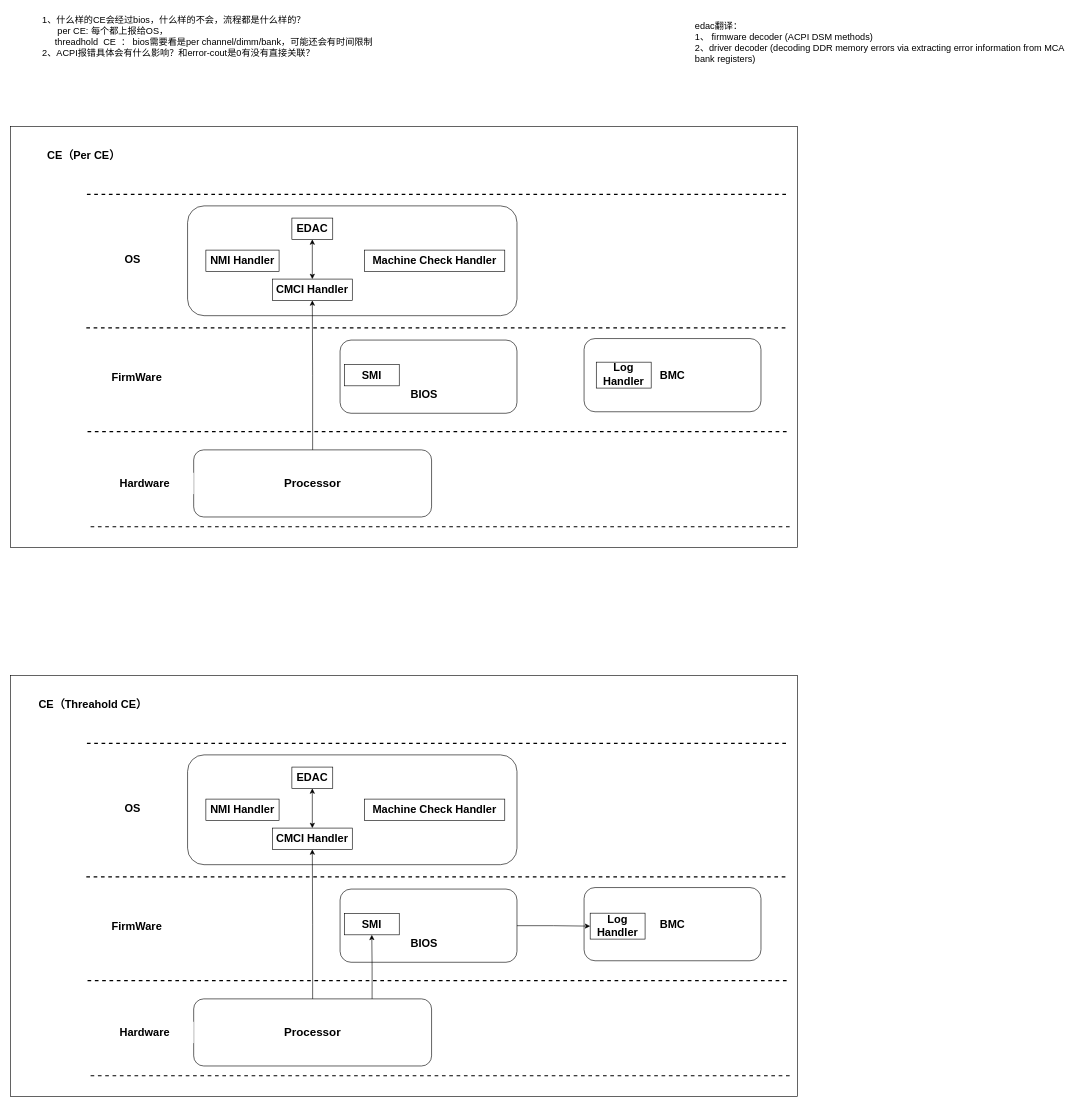
Above: ras.drawio in wbzzx-bb/wb-linux (draw.io), before the change. Source tidied: cells renumbered, new cells numbered last; positions are measured from the earlier drawing's top-left corner, leaving out a move shared by most shapes. Both pictures are drawn from the tidied source at 61%, with x=0, y=0 at pixel (10, 10).
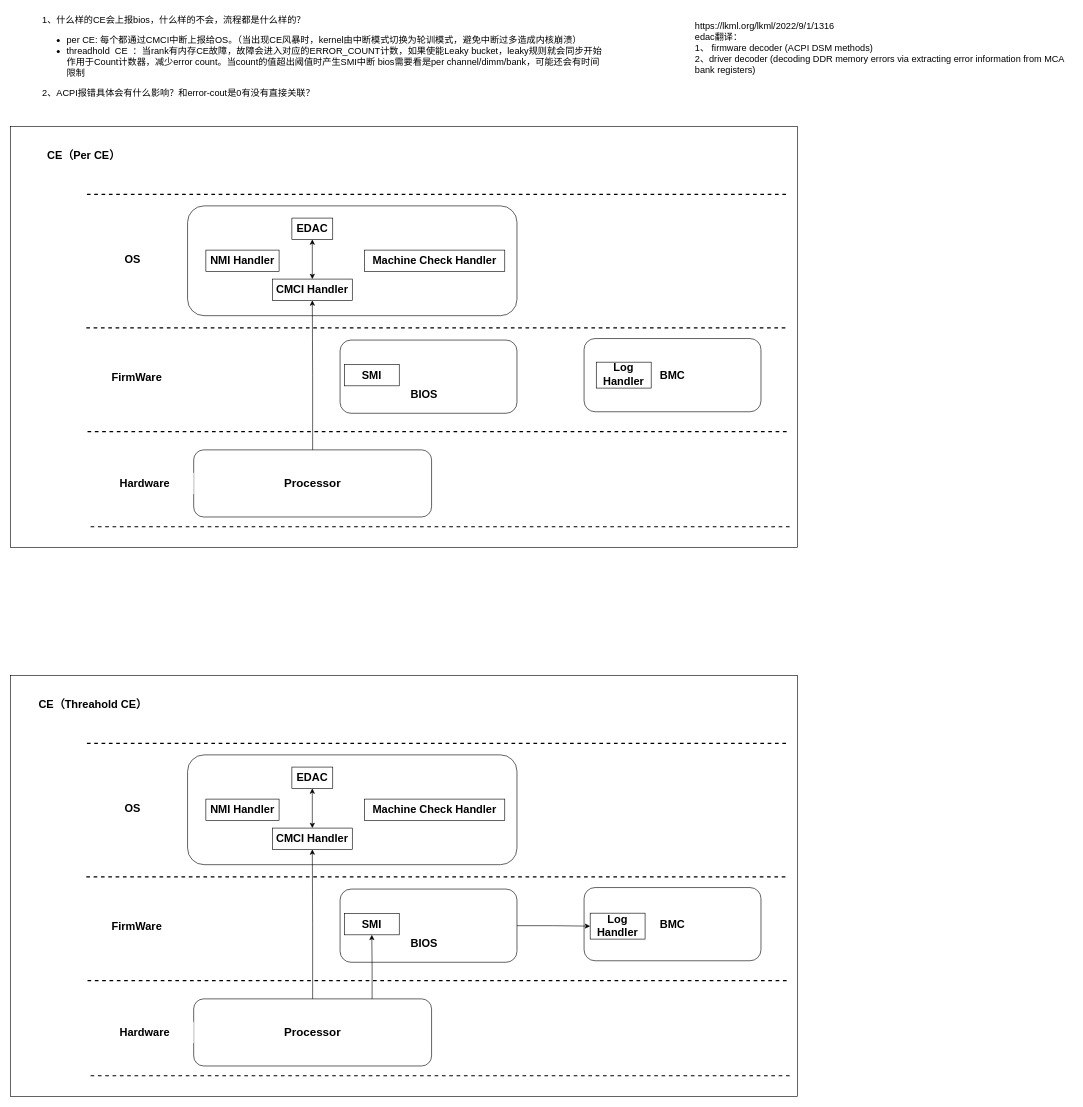
After the change.

Change to the diagram source:
```diff
@@
-    <mxCell id="4" value="1、什么样的CE会经过bios，什么样的不会，流程都是什么样的？&lt;div&gt;&amp;nbsp; &amp;nbsp; &amp;nbsp; per CE: 每个都上报给OS，&lt;/div&gt;&lt;div&gt;&amp;nbsp; &amp;nbsp; &amp;nbsp;threadhold&amp;nbsp; CE&amp;nbsp; ： bios需要看是per channel/dimm/bank，可能还会有时间限制&lt;br&gt;&lt;div&gt;2、ACPI报错具体会有什么影响？和error-cout是0有没有直接关联？&lt;/div&gt;&lt;/div&gt;" style="text;html=1;align=left;verticalAlign=top;whiteSpace=wrap;rounded=0;fontSize=15;" parent="1" vertex="1">
-      <mxGeometry x="50" width="620" height="120" as="geometry" />
+    <mxCell id="4" value="1、什么样的CE会上报bios，什么样的不会，流程都是什么样的？&lt;div&gt;&lt;ul&gt;&lt;li&gt;per CE: 每个都通过CMCI中断上报给OS。（当出现CE风暴时，kernel由中断模式切换为轮训模式，避免中断过多造成内核崩溃）&lt;/li&gt;&lt;li&gt;threadhold&amp;nbsp; CE&amp;nbsp; ：当rank有内存CE故障，故障会进入对应的ERROR_COUNT计数，如果使能Leaky bucket，leaky规则就会同步开始作用于Count计数器，减少error count。当count的值超出阈值时产生SMI中断 bios需要看是per channel/dimm/bank，可能还会有时间限制&lt;/li&gt;&lt;/ul&gt;&lt;/div&gt;&lt;div&gt;&lt;div&gt;2、ACPI报错具体会有什么影响？和error-cout是0有没有直接关联？&lt;/div&gt;&lt;/div&gt;" style="text;html=1;align=left;verticalAlign=top;whiteSpace=wrap;rounded=0;fontSize=15;" parent="1" vertex="1">
+      <mxGeometry x="50" width="930" height="120" as="geometry" />
     </mxCell>
@@
-    <mxCell id="14" value="edac翻译：&lt;div&gt;1、&lt;span style=&quot;background-color: transparent; color: light-dark(rgb(0, 0, 0), rgb(255, 255, 255));&quot;&gt; firmware decoder (ACPI DSM methods)&lt;/span&gt;&lt;/div&gt;&lt;div&gt;&lt;span style=&quot;background-color: transparent; color: light-dark(rgb(0, 0, 0), rgb(255, 255, 255));&quot;&gt;2、&lt;/span&gt;&lt;span style=&quot;background-color: transparent; color: light-dark(rgb(0, 0, 0), rgb(255, 255, 255));&quot;&gt;driver decoder (decoding DDR memory errors via extracting error&amp;nbsp;&lt;/span&gt;&lt;span style=&quot;background-color: transparent; color: light-dark(rgb(0, 0, 0), rgb(255, 255, 255));&quot;&gt;information from MCA bank registers)&amp;nbsp;&lt;/span&gt;&lt;/div&gt;" style="text;html=1;align=left;verticalAlign=top;whiteSpace=wrap;rounded=0;fontSize=15;" parent="1" vertex="1">
+    <mxCell id="14" value="&lt;div&gt;https://lkml.org/lkml/2022/9/1/1316&lt;/div&gt;edac翻译：&lt;div&gt;1、&lt;span style=&quot;background-color: transparent; color: light-dark(rgb(0, 0, 0), rgb(255, 255, 255));&quot;&gt; firmware decoder (ACPI DSM methods)&lt;/span&gt;&lt;/div&gt;&lt;div&gt;&lt;span style=&quot;background-color: transparent; color: light-dark(rgb(0, 0, 0), rgb(255, 255, 255));&quot;&gt;2、&lt;/span&gt;&lt;span style=&quot;background-color: transparent; color: light-dark(rgb(0, 0, 0), rgb(255, 255, 255));&quot;&gt;driver decoder (decoding DDR memory errors via extracting error&amp;nbsp;&lt;/span&gt;&lt;span style=&quot;background-color: transparent; color: light-dark(rgb(0, 0, 0), rgb(255, 255, 255));&quot;&gt;information from MCA bank registers)&amp;nbsp;&lt;/span&gt;&lt;/div&gt;" style="text;html=1;align=left;verticalAlign=top;whiteSpace=wrap;rounded=0;fontSize=15;" parent="1" vertex="1">
       <mxGeometry x="1120" y="10" width="620" height="100" as="geometry" />
     </mxCell>
```
